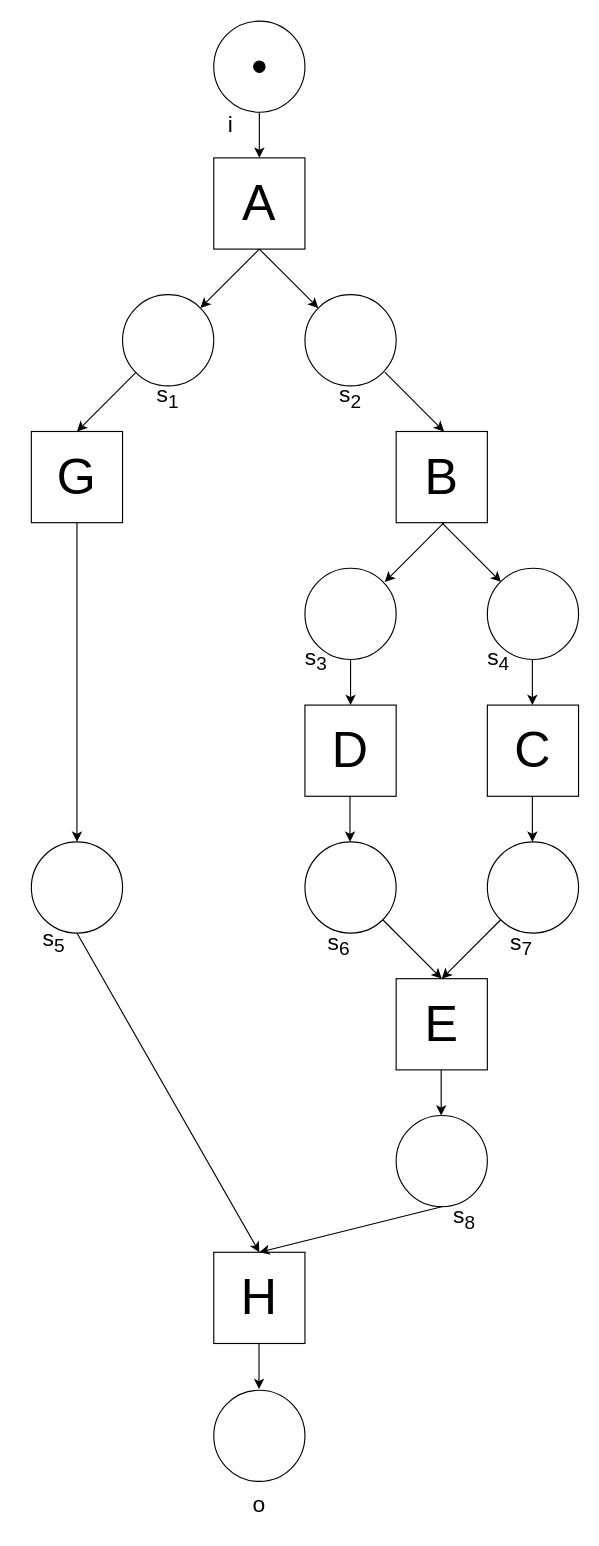
Earlier version of the draw.io diagram AlgoSchritte/algo_schritt_1.drawio (Marakil/BA_Bilder). Source tidied: cells renumbered, new cells numbered last; positions are measured from the earlier drawing's top-left corner, leaving out a move shared by most shapes. Both pictures are drawn from the tidied source at 114%, with x=0, y=0 at pixel (19, 21).
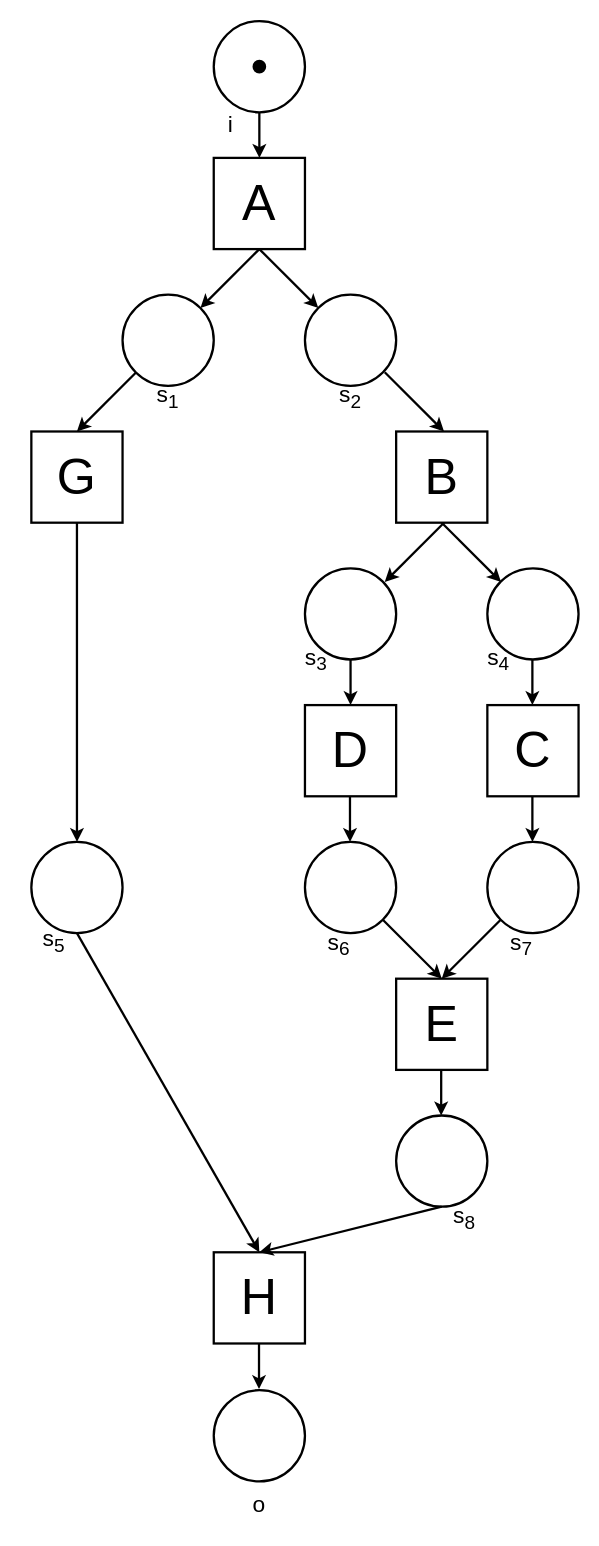
Above is the later version.

Change to the diagram source:
```diff
@@
-    <mxCell id="2" style="ellipse;whiteSpace=wrap;html=1;" parent="1" vertex="1">
+    <mxCell id="2" style="ellipse;whiteSpace=wrap;html=1;strokeWidth=2;" parent="1" vertex="1">
       <mxGeometry x="170" width="80" height="80" as="geometry" />
     </mxCell>
-    <mxCell id="3" value="A" style="rounded=0;whiteSpace=wrap;html=1;fontSize=44;" parent="1" vertex="1">
+    <mxCell id="3" value="A" style="rounded=0;whiteSpace=wrap;html=1;fontSize=44;strokeWidth=2;" parent="1" vertex="1">
       <mxGeometry x="170" y="120" width="80" height="80" as="geometry" />
     </mxCell>
-    <mxCell id="4" style="ellipse;whiteSpace=wrap;html=1;" parent="1" vertex="1">
+    <mxCell id="4" style="ellipse;whiteSpace=wrap;html=1;strokeWidth=2;" parent="1" vertex="1">
       <mxGeometry x="90" y="240" width="80" height="80" as="geometry" />
     </mxCell>
-    <mxCell id="5" style="ellipse;whiteSpace=wrap;html=1;" parent="1" vertex="1">
+    <mxCell id="5" style="ellipse;whiteSpace=wrap;html=1;strokeWidth=2;" parent="1" vertex="1">
       <mxGeometry x="250" y="240" width="80" height="80" as="geometry" />
     </mxCell>
-    <mxCell id="6" value="B" style="rounded=0;whiteSpace=wrap;html=1;fontSize=44;" parent="1" vertex="1">
+    <mxCell id="6" value="B" style="rounded=0;whiteSpace=wrap;html=1;fontSize=44;strokeWidth=2;" parent="1" vertex="1">
       <mxGeometry x="330" y="360" width="80" height="80" as="geometry" />
     </mxCell>
-    <mxCell id="7" value="G" style="rounded=0;whiteSpace=wrap;html=1;fontSize=44;" parent="1" vertex="1">
+    <mxCell id="7" value="G" style="rounded=0;whiteSpace=wrap;html=1;fontSize=44;strokeWidth=2;" parent="1" vertex="1">
       <mxGeometry x="10" y="360" width="80" height="80" as="geometry" />
     </mxCell>
-    <mxCell id="8" value="C" style="rounded=0;whiteSpace=wrap;html=1;fontSize=44;" parent="1" vertex="1">
+    <mxCell id="8" value="C" style="rounded=0;whiteSpace=wrap;html=1;fontSize=44;strokeWidth=2;" parent="1" vertex="1">
       <mxGeometry x="410" y="600" width="80" height="80" as="geometry" />
     </mxCell>
-    <mxCell id="9" style="ellipse;whiteSpace=wrap;html=1;" parent="1" vertex="1">
+    <mxCell id="9" style="ellipse;whiteSpace=wrap;html=1;strokeWidth=2;" parent="1" vertex="1">
       <mxGeometry x="10" y="720" width="80" height="80" as="geometry" />
     </mxCell>
-    <mxCell id="10" style="ellipse;whiteSpace=wrap;html=1;" parent="1" vertex="1">
+    <mxCell id="10" style="ellipse;whiteSpace=wrap;html=1;strokeWidth=2;" parent="1" vertex="1">
       <mxGeometry x="250" y="480" width="80" height="80" as="geometry" />
     </mxCell>
-    <mxCell id="11" style="ellipse;whiteSpace=wrap;html=1;" parent="1" vertex="1">
+    <mxCell id="11" style="ellipse;whiteSpace=wrap;html=1;strokeWidth=2;" parent="1" vertex="1">
       <mxGeometry x="410" y="480" width="80" height="80" as="geometry" />
     </mxCell>
-    <mxCell id="12" value="D" style="rounded=0;whiteSpace=wrap;html=1;fontSize=44;" parent="1" vertex="1">
+    <mxCell id="12" value="D" style="rounded=0;whiteSpace=wrap;html=1;fontSize=44;strokeWidth=2;" parent="1" vertex="1">
       <mxGeometry x="250" y="600" width="80" height="80" as="geometry" />
     </mxCell>
-    <mxCell id="13" style="ellipse;whiteSpace=wrap;html=1;" parent="1" vertex="1">
+    <mxCell id="13" style="ellipse;whiteSpace=wrap;html=1;strokeWidth=2;" parent="1" vertex="1">
       <mxGeometry x="410" y="720" width="80" height="80" as="geometry" />
     </mxCell>
-    <mxCell id="14" style="ellipse;whiteSpace=wrap;html=1;" parent="1" vertex="1">
+    <mxCell id="14" style="ellipse;whiteSpace=wrap;html=1;strokeWidth=2;" parent="1" vertex="1">
       <mxGeometry x="250" y="720" width="80" height="80" as="geometry" />
     </mxCell>
-    <mxCell id="15" value="E" style="rounded=0;whiteSpace=wrap;html=1;fontSize=44;" parent="1" vertex="1">
+    <mxCell id="15" value="E" style="rounded=0;whiteSpace=wrap;html=1;fontSize=44;strokeWidth=2;" parent="1" vertex="1">
       <mxGeometry x="330" y="840" width="80" height="80" as="geometry" />
     </mxCell>
-    <mxCell id="16" style="ellipse;whiteSpace=wrap;html=1;" parent="1" vertex="1">
+    <mxCell id="16" style="ellipse;whiteSpace=wrap;html=1;strokeWidth=2;" parent="1" vertex="1">
       <mxGeometry x="330" y="960" width="80" height="80" as="geometry" />
     </mxCell>
-    <mxCell id="17" value="H" style="rounded=0;whiteSpace=wrap;html=1;fontSize=44;" parent="1" vertex="1">
+    <mxCell id="17" value="H" style="rounded=0;whiteSpace=wrap;html=1;fontSize=44;strokeWidth=2;" parent="1" vertex="1">
       <mxGeometry x="170" y="1080" width="80" height="80" as="geometry" />
     </mxCell>
-    <mxCell id="18" style="ellipse;whiteSpace=wrap;html=1;" parent="1" vertex="1">
+    <mxCell id="18" style="ellipse;whiteSpace=wrap;html=1;strokeWidth=2;" parent="1" vertex="1">
       <mxGeometry x="170" y="1201" width="80" height="80" as="geometry" />
     </mxCell>
-    <mxCell id="19" style="endArrow=classic;html=1;rounded=0;curved=1;exitX=0.5;exitY=1;exitDx=0;exitDy=0;entryX=0.5;entryY=0;entryDx=0;entryDy=0;" parent="1" edge="1" source="2" target="3">
+    <mxCell id="19" style="endArrow=classic;html=1;rounded=0;curved=1;exitX=0.5;exitY=1;exitDx=0;exitDy=0;entryX=0.5;entryY=0;entryDx=0;entryDy=0;strokeWidth=2;" parent="1" edge="1" source="2" target="3">
       <mxGeometry relative="1" as="geometry" />
     </mxCell>
-    <mxCell id="20" style="endArrow=classic;html=1;rounded=0;curved=1;exitX=0.5;exitY=1;exitDx=0;exitDy=0;entryX=0;entryY=0;entryDx=0;entryDy=0;" parent="1" edge="1" source="3" target="5">
+    <mxCell id="20" style="endArrow=classic;html=1;rounded=0;curved=1;exitX=0.5;exitY=1;exitDx=0;exitDy=0;entryX=0;entryY=0;entryDx=0;entryDy=0;strokeWidth=2;" parent="1" edge="1" source="3" target="5">
       <mxGeometry relative="1" as="geometry" />
     </mxCell>
-    <mxCell id="21" style="endArrow=classic;html=1;rounded=0;curved=1;exitX=0.5;exitY=1;exitDx=0;exitDy=0;entryX=1;entryY=0;entryDx=0;entryDy=0;" parent="1" edge="1" source="3" target="4">
+    <mxCell id="21" style="endArrow=classic;html=1;rounded=0;curved=1;exitX=0.5;exitY=1;exitDx=0;exitDy=0;entryX=1;entryY=0;entryDx=0;entryDy=0;strokeWidth=2;" parent="1" edge="1" source="3" target="4">
       <mxGeometry relative="1" as="geometry" />
     </mxCell>
-    <mxCell id="22" style="endArrow=classic;html=1;rounded=0;curved=1;exitX=0.5;exitY=1;exitDx=0;exitDy=0;entryX=1;entryY=0;entryDx=0;entryDy=0;" parent="1" edge="1">
+    <mxCell id="22" style="endArrow=classic;html=1;rounded=0;curved=1;exitX=0.5;exitY=1;exitDx=0;exitDy=0;entryX=1;entryY=0;entryDx=0;entryDy=0;strokeWidth=2;" parent="1" edge="1">
       <mxGeometry relative="1" as="geometry">
         <mxPoint x="102" y="308" as="sourcePoint" />
         <mxPoint x="50" y="360" as="targetPoint" />
       </mxGeometry>
     </mxCell>
-    <mxCell id="23" style="endArrow=classic;html=1;rounded=0;curved=1;exitX=0.5;exitY=1;exitDx=0;exitDy=0;entryX=0;entryY=0;entryDx=0;entryDy=0;" parent="1" edge="1">
+    <mxCell id="23" style="endArrow=classic;html=1;rounded=0;curved=1;exitX=0.5;exitY=1;exitDx=0;exitDy=0;entryX=0;entryY=0;entryDx=0;entryDy=0;strokeWidth=2;" parent="1" edge="1">
       <mxGeometry relative="1" as="geometry">
         <mxPoint x="320" y="308" as="sourcePoint" />
         <mxPoint x="372" y="360" as="targetPoint" />
       </mxGeometry>
     </mxCell>
-    <mxCell id="24" style="endArrow=classic;html=1;rounded=0;curved=1;exitX=0.5;exitY=1;exitDx=0;exitDy=0;entryX=0;entryY=0;entryDx=0;entryDy=0;" parent="1" edge="1">
+    <mxCell id="24" style="endArrow=classic;html=1;rounded=0;curved=1;exitX=0.5;exitY=1;exitDx=0;exitDy=0;entryX=0;entryY=0;entryDx=0;entryDy=0;strokeWidth=2;" parent="1" edge="1">
       <mxGeometry relative="1" as="geometry">
         <mxPoint x="370" y="440" as="sourcePoint" />
         <mxPoint x="422" y="492" as="targetPoint" />
       </mxGeometry>
     </mxCell>
-    <mxCell id="25" style="endArrow=classic;html=1;rounded=0;curved=1;exitX=0.5;exitY=1;exitDx=0;exitDy=0;entryX=1;entryY=0;entryDx=0;entryDy=0;" parent="1" edge="1">
+    <mxCell id="25" style="endArrow=classic;html=1;rounded=0;curved=1;exitX=0.5;exitY=1;exitDx=0;exitDy=0;entryX=1;entryY=0;entryDx=0;entryDy=0;strokeWidth=2;" parent="1" edge="1">
       <mxGeometry relative="1" as="geometry">
         <mxPoint x="372" y="440" as="sourcePoint" />
         <mxPoint x="320" y="492" as="targetPoint" />
       </mxGeometry>
     </mxCell>
-    <mxCell id="26" style="endArrow=classic;html=1;rounded=0;curved=1;entryX=0.5;entryY=0;entryDx=0;entryDy=0;exitX=0;exitY=1;exitDx=0;exitDy=0;" parent="1" edge="1" source="13" target="15">
+    <mxCell id="26" style="endArrow=classic;html=1;rounded=0;curved=1;entryX=0.5;entryY=0;entryDx=0;entryDy=0;exitX=0;exitY=1;exitDx=0;exitDy=0;strokeWidth=2;" parent="1" edge="1" source="13" target="15">
       <mxGeometry relative="1" as="geometry" />
     </mxCell>
-    <mxCell id="27" style="endArrow=classic;html=1;rounded=0;curved=1;entryX=0.5;entryY=0;entryDx=0;entryDy=0;exitX=1;exitY=1;exitDx=0;exitDy=0;" parent="1" edge="1" source="14" target="15">
+    <mxCell id="27" style="endArrow=classic;html=1;rounded=0;curved=1;entryX=0.5;entryY=0;entryDx=0;entryDy=0;exitX=1;exitY=1;exitDx=0;exitDy=0;strokeWidth=2;" parent="1" edge="1" source="14" target="15">
       <mxGeometry relative="1" as="geometry" />
     </mxCell>
-    <mxCell id="28" style="endArrow=classic;html=1;rounded=0;curved=1;exitX=0.5;exitY=1;exitDx=0;exitDy=0;entryX=0.5;entryY=0;entryDx=0;entryDy=0;" parent="1" edge="1" source="10" target="12">
+    <mxCell id="28" style="endArrow=classic;html=1;rounded=0;curved=1;exitX=0.5;exitY=1;exitDx=0;exitDy=0;entryX=0.5;entryY=0;entryDx=0;entryDy=0;strokeWidth=2;" parent="1" edge="1" source="10" target="12">
       <mxGeometry relative="1" as="geometry" />
     </mxCell>
-    <mxCell id="29" style="endArrow=classic;html=1;rounded=0;curved=1;exitX=0.5;exitY=1;exitDx=0;exitDy=0;entryX=0.5;entryY=0;entryDx=0;entryDy=0;" parent="1" edge="1">
+    <mxCell id="29" style="endArrow=classic;html=1;rounded=0;curved=1;exitX=0.5;exitY=1;exitDx=0;exitDy=0;entryX=0.5;entryY=0;entryDx=0;entryDy=0;strokeWidth=2;" parent="1" edge="1">
       <mxGeometry relative="1" as="geometry">
         <mxPoint x="449.5" y="560" as="sourcePoint" />
         <mxPoint x="449.5" y="600" as="targetPoint" />
       </mxGeometry>
     </mxCell>
-    <mxCell id="30" style="endArrow=classic;html=1;rounded=0;curved=1;exitX=0.5;exitY=1;exitDx=0;exitDy=0;entryX=0.5;entryY=0;entryDx=0;entryDy=0;" parent="1" edge="1">
+    <mxCell id="30" style="endArrow=classic;html=1;rounded=0;curved=1;exitX=0.5;exitY=1;exitDx=0;exitDy=0;entryX=0.5;entryY=0;entryDx=0;entryDy=0;strokeWidth=2;" parent="1" edge="1">
       <mxGeometry relative="1" as="geometry">
         <mxPoint x="289.5" y="680" as="sourcePoint" />
         <mxPoint x="289.5" y="720" as="targetPoint" />
       </mxGeometry>
     </mxCell>
-    <mxCell id="31" style="endArrow=classic;html=1;rounded=0;curved=1;exitX=0.5;exitY=1;exitDx=0;exitDy=0;entryX=0.5;entryY=0;entryDx=0;entryDy=0;" parent="1" edge="1">
+    <mxCell id="31" style="endArrow=classic;html=1;rounded=0;curved=1;exitX=0.5;exitY=1;exitDx=0;exitDy=0;entryX=0.5;entryY=0;entryDx=0;entryDy=0;strokeWidth=2;" parent="1" edge="1">
       <mxGeometry relative="1" as="geometry">
         <mxPoint x="449.5" y="680" as="sourcePoint" />
         <mxPoint x="449.5" y="720" as="targetPoint" />
       </mxGeometry>
     </mxCell>
-    <mxCell id="32" style="endArrow=classic;html=1;rounded=0;curved=1;entryX=0.5;entryY=0;entryDx=0;entryDy=0;exitX=0.5;exitY=1;exitDx=0;exitDy=0;" parent="1" edge="1" source="7" target="9">
+    <mxCell id="32" style="endArrow=classic;html=1;rounded=0;curved=1;entryX=0.5;entryY=0;entryDx=0;entryDy=0;exitX=0.5;exitY=1;exitDx=0;exitDy=0;strokeWidth=2;" parent="1" edge="1" source="7" target="9">
       <mxGeometry relative="1" as="geometry" />
     </mxCell>
-    <mxCell id="33" style="endArrow=classic;html=1;rounded=0;curved=1;entryX=0.5;entryY=0;entryDx=0;entryDy=0;exitX=0.5;exitY=1;exitDx=0;exitDy=0;" parent="1" edge="1" source="9" target="17">
+    <mxCell id="33" style="endArrow=classic;html=1;rounded=0;curved=1;entryX=0.5;entryY=0;entryDx=0;entryDy=0;exitX=0.5;exitY=1;exitDx=0;exitDy=0;strokeWidth=2;" parent="1" edge="1" source="9" target="17">
       <mxGeometry relative="1" as="geometry" />
     </mxCell>
-    <mxCell id="34" style="endArrow=classic;html=1;rounded=0;curved=1;exitX=0.5;exitY=1;exitDx=0;exitDy=0;entryX=0.5;entryY=0;entryDx=0;entryDy=0;" parent="1" edge="1" source="16" target="17">
+    <mxCell id="34" style="endArrow=classic;html=1;rounded=0;curved=1;exitX=0.5;exitY=1;exitDx=0;exitDy=0;entryX=0.5;entryY=0;entryDx=0;entryDy=0;strokeWidth=2;" parent="1" edge="1" source="16" target="17">
       <mxGeometry relative="1" as="geometry" />
     </mxCell>
-    <mxCell id="35" style="endArrow=classic;html=1;rounded=0;curved=1;exitX=0.5;exitY=1;exitDx=0;exitDy=0;entryX=0.5;entryY=0;entryDx=0;entryDy=0;" parent="1" edge="1">
+    <mxCell id="35" style="endArrow=classic;html=1;rounded=0;curved=1;exitX=0.5;exitY=1;exitDx=0;exitDy=0;entryX=0.5;entryY=0;entryDx=0;entryDy=0;strokeWidth=2;" parent="1" edge="1">
       <mxGeometry relative="1" as="geometry">
         <mxPoint x="369.5" y="920" as="sourcePoint" />
         <mxPoint x="369.5" y="960" as="targetPoint" />
       </mxGeometry>
     </mxCell>
-    <mxCell id="36" style="endArrow=classic;html=1;rounded=0;curved=1;exitX=0.5;exitY=1;exitDx=0;exitDy=0;entryX=0.5;entryY=0;entryDx=0;entryDy=0;" parent="1" edge="1">
+    <mxCell id="36" style="endArrow=classic;html=1;rounded=0;curved=1;exitX=0.5;exitY=1;exitDx=0;exitDy=0;entryX=0.5;entryY=0;entryDx=0;entryDy=0;strokeWidth=2;" parent="1" edge="1">
       <mxGeometry relative="1" as="geometry">
         <mxPoint x="209.7" y="1160" as="sourcePoint" />
         <mxPoint x="209.7" y="1200" as="targetPoint" />
       </mxGeometry>
     </mxCell>
-    <mxCell id="37" style="ellipse;whiteSpace=wrap;html=1;fillColor=#000000;" parent="1" vertex="1">
+    <mxCell id="37" style="ellipse;whiteSpace=wrap;html=1;fillColor=#000000;strokeWidth=2;" parent="1" vertex="1">
       <mxGeometry x="205" y="35" width="10" height="10" as="geometry" />
     </mxCell>
-    <mxCell id="38" value="s&lt;sub&gt;1&lt;/sub&gt;" style="text;html=1;strokeColor=none;fillColor=none;align=center;verticalAlign=middle;whiteSpace=wrap;rounded=0;fontSize=20;" parent="1" vertex="1">
+    <mxCell id="38" value="s&lt;sub&gt;1&lt;/sub&gt;" style="text;html=1;strokeColor=none;fillColor=none;align=center;verticalAlign=middle;whiteSpace=wrap;rounded=0;fontSize=20;strokeWidth=2;" parent="1" vertex="1">
       <mxGeometry x="100" y="310" width="60" height="40" as="geometry" />
     </mxCell>
-    <mxCell id="39" value="s&lt;sub&gt;2&lt;/sub&gt;" style="text;html=1;strokeColor=none;fillColor=none;align=center;verticalAlign=middle;whiteSpace=wrap;rounded=0;fontSize=20;" parent="1" vertex="1">
+    <mxCell id="39" value="s&lt;sub&gt;2&lt;/sub&gt;" style="text;html=1;strokeColor=none;fillColor=none;align=center;verticalAlign=middle;whiteSpace=wrap;rounded=0;fontSize=20;strokeWidth=2;" parent="1" vertex="1">
       <mxGeometry x="260" y="310" width="60" height="40" as="geometry" />
     </mxCell>
-    <mxCell id="40" value="i" style="text;html=1;strokeColor=none;fillColor=none;align=center;verticalAlign=middle;whiteSpace=wrap;rounded=0;fontSize=20;" parent="1" vertex="1">
+    <mxCell id="40" value="i" style="text;html=1;strokeColor=none;fillColor=none;align=center;verticalAlign=middle;whiteSpace=wrap;rounded=0;fontSize=20;strokeWidth=2;" parent="1" vertex="1">
       <mxGeometry x="155" y="70" width="60" height="40" as="geometry" />
     </mxCell>
-    <mxCell id="41" value="o" style="text;html=1;strokeColor=none;fillColor=none;align=center;verticalAlign=middle;whiteSpace=wrap;rounded=0;fontSize=20;" parent="1" vertex="1">
+    <mxCell id="41" value="o" style="text;html=1;strokeColor=none;fillColor=none;align=center;verticalAlign=middle;whiteSpace=wrap;rounded=0;fontSize=20;strokeWidth=2;" parent="1" vertex="1">
       <mxGeometry x="180" y="1280" width="60" height="40" as="geometry" />
     </mxCell>
-    <mxCell id="42" value="s&lt;sub&gt;3&lt;/sub&gt;" style="text;html=1;strokeColor=none;fillColor=none;align=center;verticalAlign=middle;whiteSpace=wrap;rounded=0;fontSize=20;" parent="1" vertex="1">
+    <mxCell id="42" value="s&lt;sub&gt;3&lt;/sub&gt;" style="text;html=1;strokeColor=none;fillColor=none;align=center;verticalAlign=middle;whiteSpace=wrap;rounded=0;fontSize=20;strokeWidth=2;" parent="1" vertex="1">
       <mxGeometry x="230" y="540" width="60" height="40" as="geometry" />
     </mxCell>
-    <mxCell id="43" value="s&lt;sub&gt;4&lt;/sub&gt;" style="text;html=1;strokeColor=none;fillColor=none;align=center;verticalAlign=middle;whiteSpace=wrap;rounded=0;fontSize=20;" parent="1" vertex="1">
+    <mxCell id="43" value="s&lt;sub&gt;4&lt;/sub&gt;" style="text;html=1;strokeColor=none;fillColor=none;align=center;verticalAlign=middle;whiteSpace=wrap;rounded=0;fontSize=20;strokeWidth=2;" parent="1" vertex="1">
       <mxGeometry x="390" y="540" width="60" height="40" as="geometry" />
     </mxCell>
-    <mxCell id="44" value="s&lt;sub&gt;5&lt;/sub&gt;" style="text;html=1;strokeColor=none;fillColor=none;align=center;verticalAlign=middle;whiteSpace=wrap;rounded=0;fontSize=20;" parent="1" vertex="1">
+    <mxCell id="44" value="s&lt;sub&gt;5&lt;/sub&gt;" style="text;html=1;strokeColor=none;fillColor=none;align=center;verticalAlign=middle;whiteSpace=wrap;rounded=0;fontSize=20;strokeWidth=2;" parent="1" vertex="1">
       <mxGeometry y="787" width="60" height="40" as="geometry" />
     </mxCell>
-    <mxCell id="45" value="s&lt;sub&gt;6&lt;/sub&gt;" style="text;html=1;strokeColor=none;fillColor=none;align=center;verticalAlign=middle;whiteSpace=wrap;rounded=0;fontSize=20;" parent="1" vertex="1">
+    <mxCell id="45" value="s&lt;sub&gt;6&lt;/sub&gt;" style="text;html=1;strokeColor=none;fillColor=none;align=center;verticalAlign=middle;whiteSpace=wrap;rounded=0;fontSize=20;strokeWidth=2;" parent="1" vertex="1">
       <mxGeometry x="250" y="790" width="60" height="40" as="geometry" />
     </mxCell>
-    <mxCell id="46" value="s&lt;sub&gt;7&lt;/sub&gt;" style="text;html=1;strokeColor=none;fillColor=none;align=center;verticalAlign=middle;whiteSpace=wrap;rounded=0;fontSize=20;" parent="1" vertex="1">
+    <mxCell id="46" value="s&lt;sub&gt;7&lt;/sub&gt;" style="text;html=1;strokeColor=none;fillColor=none;align=center;verticalAlign=middle;whiteSpace=wrap;rounded=0;fontSize=20;strokeWidth=2;" parent="1" vertex="1">
       <mxGeometry x="410" y="790" width="60" height="40" as="geometry" />
     </mxCell>
-    <mxCell id="47" value="s&lt;sub&gt;8&lt;/sub&gt;" style="text;html=1;strokeColor=none;fillColor=none;align=center;verticalAlign=middle;whiteSpace=wrap;rounded=0;fontSize=20;" parent="1" vertex="1">
+    <mxCell id="47" value="s&lt;sub&gt;8&lt;/sub&gt;" style="text;html=1;strokeColor=none;fillColor=none;align=center;verticalAlign=middle;whiteSpace=wrap;rounded=0;fontSize=20;strokeWidth=2;" parent="1" vertex="1">
       <mxGeometry x="360" y="1030" width="60" height="40" as="geometry" />
     </mxCell>
```
